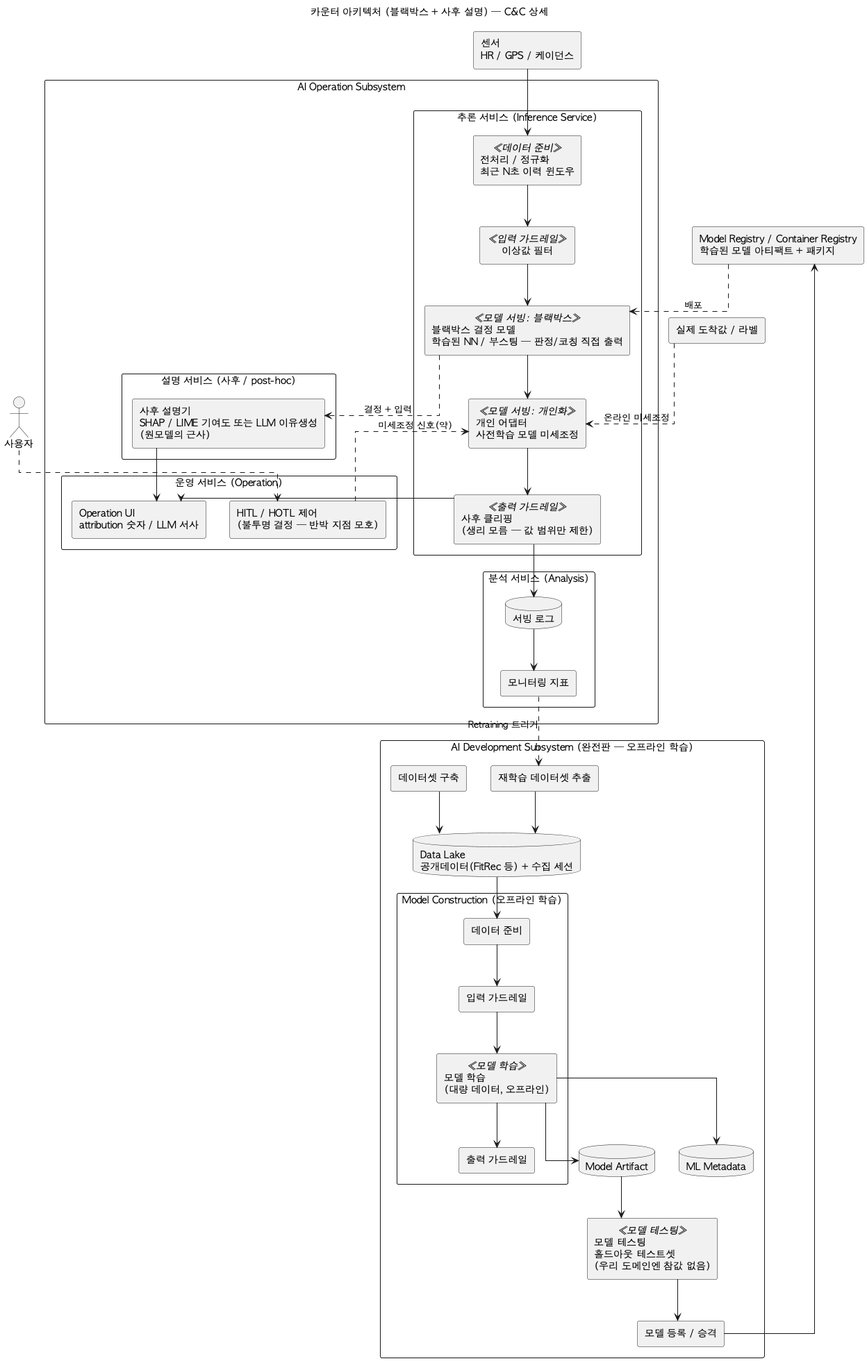
Above: arch/diagrams/04-counter-component-cnc.png in tenyearslove/zone2runner (PlantUML), before the change.
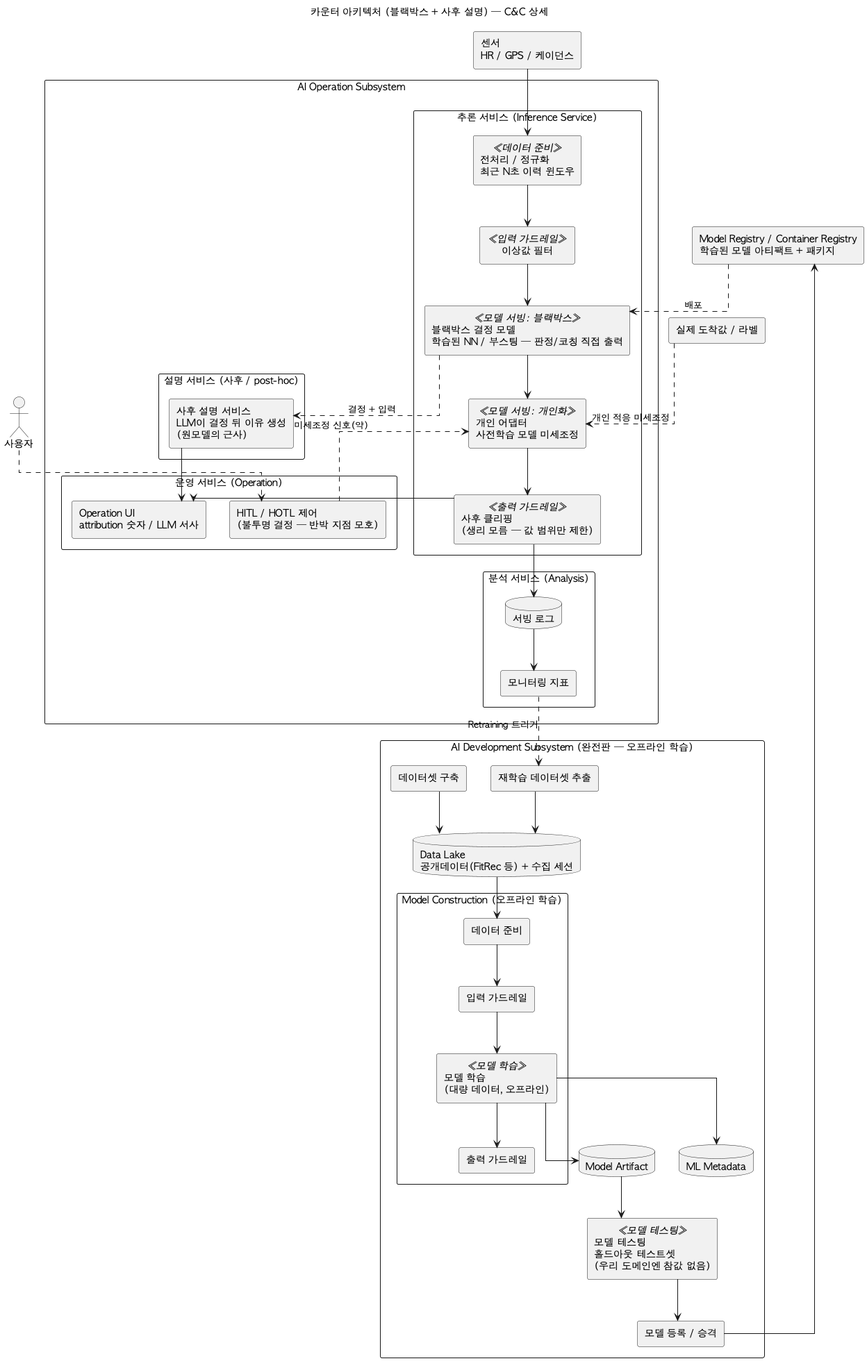
The same file after the commit.

Change to the diagram source:
```diff
@@ -21,7 +21,7 @@
   }
 
   package "설명 서비스 (사후 / post-hoc)" as EXP {
-    component "사후 설명기\nSHAP / LIME 기여도 또는 LLM 이유생성\n(원모델의 근사)" as POST
+    component "사후 설명 서비스\nLLM이 결정 뒤 이유 생성\n(원모델의 근사)" as POST
   }
 
   package "분석 서비스 (Analysis)" as ANASVC {
@@ -79,7 +79,7 @@
 MTEST --> MPROM
 MPROM --> REG
 REG ..> MODEL : 배포
-H ..> ADAPTER : 온라인 미세조정
+H ..> ADAPTER : 개인 적응 미세조정
 MON ..> REEX : Retraining 트리거
 REEX --> DLAKE
 @enduml
```
